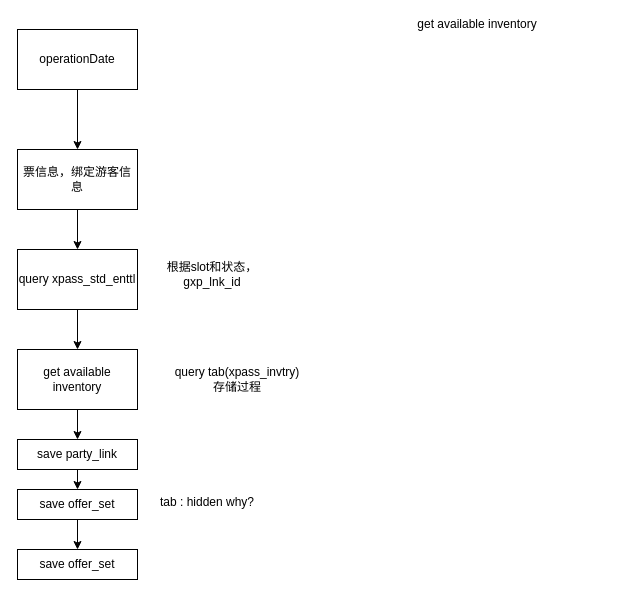
Earlier version of the draw.io diagram getOffer.drawio (GroundLand/note). Source tidied: cells renumbered, new cells numbered last; positions are measured from the earlier drawing's top-left corner, leaving out a move shared by most shapes. Both pictures are drawn from the tidied source at 100%, with x=0, y=0 at pixel (17, 19).
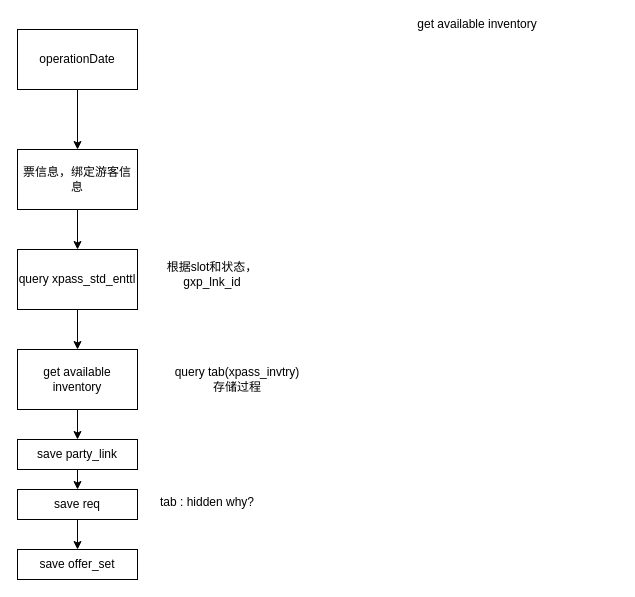
The same page after the edit.

Diff of the diagram source:
```diff
@@
-    <mxCell id="16" value="save offer_set" style="rounded=0;whiteSpace=wrap;html=1;" parent="1" vertex="1">
+    <mxCell id="16" value="save req" style="rounded=0;whiteSpace=wrap;html=1;" parent="1" vertex="1">
       <mxGeometry y="470" width="120" height="30" as="geometry" />
     </mxCell>
```
